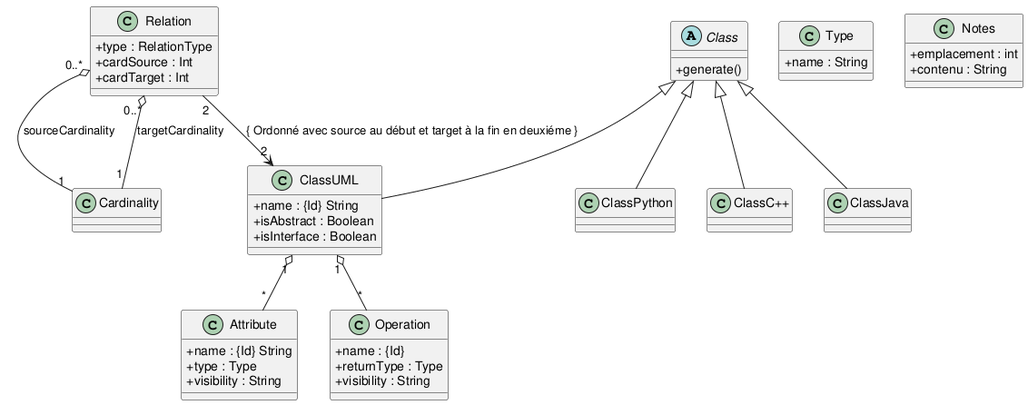
Before: doc/class_diag_uml2java.png, a diagram exported from PlantUML (RasdaCorentin/PlantUML2Code).
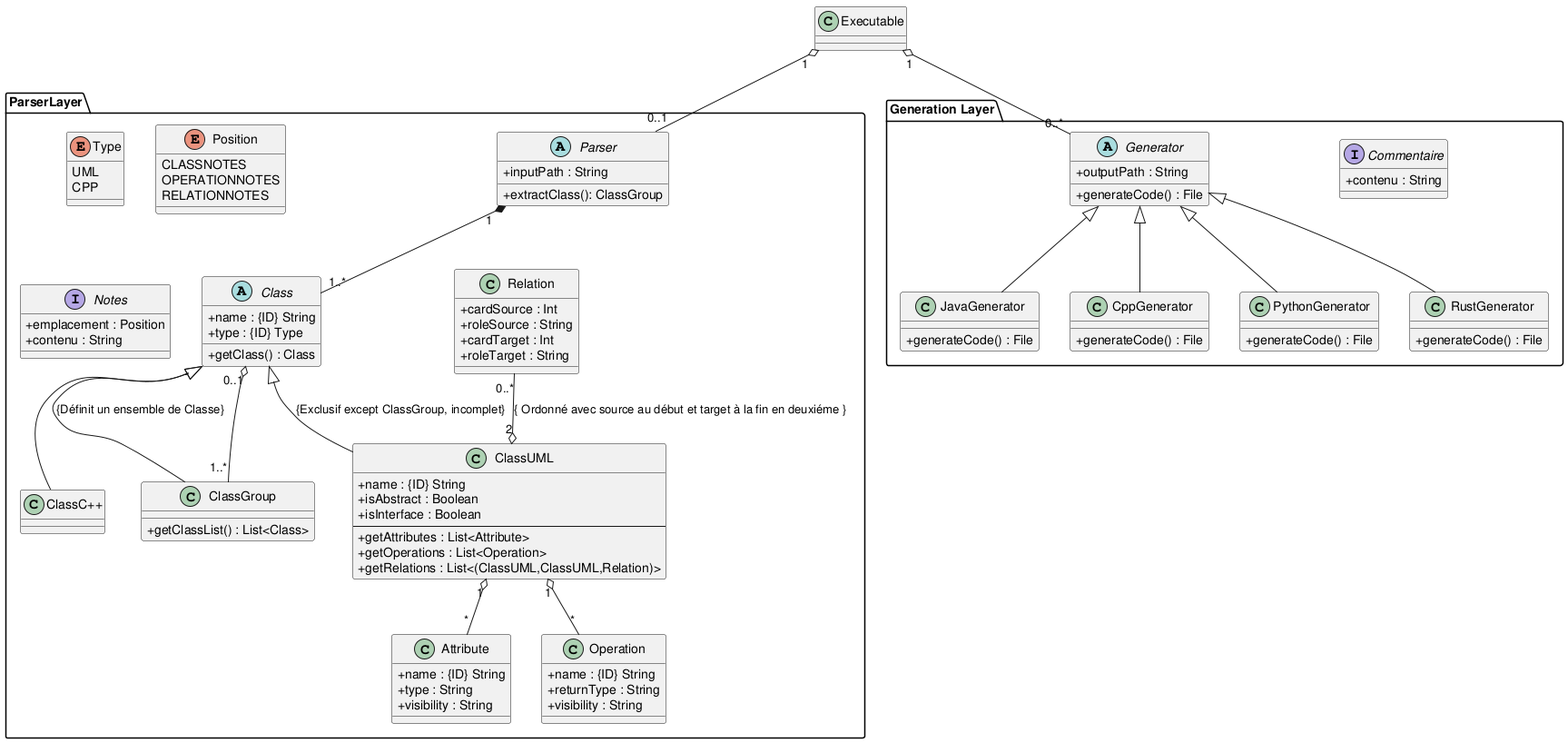
Above is the later version.

Commit message:
Ajout Generator

The edit, as a diff of the source:
```diff
@@ -1,61 +1,114 @@
 @startuml
 skinparam classAttributeIconSize 0
 
-class ClassUML {
-  +name : {Id} String
-  +isAbstract : Boolean
-  +isInterface : Boolean
+class Executable{}
+
+package ParserLayer{
+	abstract Parser{
+	  +inputPath : String
+	  +extractClass(): ClassGroup
+	}
+	abstract Class{
+	  +name : {ID} String
+	  +type : {ID} Type
+	  +getClass() : Class
+	}
+
+	class ClassUML {
+	  +name : {ID} String
+	  +isAbstract : Boolean
+	  +isInterface : Boolean
+	  ---
+	  +getAttributes : List<Attribute>
+	  +getOperations : List<Operation>
+	  +getRelations : List<(ClassUML,ClassUML,Relation)>
+	}
+
+
+	ClassUML "1" o-- "*" Attribute
+	ClassUML "1" o-- "*" Operation
+
+
+	class Attribute {
+	  +name : {ID} String
+	  +type : String
+	  +visibility : String
+	}
+
+
+	class Operation {
+	  +name : {ID} String
+	  +returnType : String
+	  +visibility : String
+	}
+
+	class Relation {
+	  +cardSource : Int
+	  +roleSource : String
+	  +cardTarget : Int
+	  +roleTarget : String
+	}
+	Relation "0..*"--o"2" ClassUML : "{ Ordonné avec source au début et target à la fin en deuxiéme }"
+
+	Class <|--  ClassUML : {Exclusif except ClassGroup, incomplet}
+	Class <|-- "ClassC++"
+	Class <|-- ClassGroup : {Définit un ensemble de Classe}
+
+	class ClassC++{}
+
+	Class "0..1" o-- "1..*" ClassGroup
+	class ClassGroup{
+	 +getClassList() : List<Class>
+	}
+	enum Type {
+	  UML
+   	  CPP
+	}
+	enum Position {
+	 CLASSNOTES
+	 OPERATIONNOTES
+	 RELATIONNOTES
+	}
+	interface Notes{
+	 +emplacement : Position
+	 +contenu : String
+	}
+	Parser "1" *-- "1..*" Class
+
+}
+package "Generation Layer" {
+    abstract class Generator {
+        +outputPath : String
+        +generateCode() : File
+    }
+
+    class JavaGenerator {
+        +generateCode() : File
+    }
+
+    class CppGenerator {
+        +generateCode() : File
+    }
+
+    class PythonGenerator {
+        +generateCode() : File
+    }
+
+    class RustGenerator {
+        +generateCode() : File
+    }
+    interface Commentaire{
+	+contenu : String
+    }
+
 }
 
 
-ClassUML "1" o-- "*" Attribute
-ClassUML "1" o-- "*" Operation
+Executable "1"  o-- "0..1" Parser
+Executable "1" o-- "0..*" Generator
 
-
-class Attribute {
-  +name : {Id} String
-  +type : Type
-  +visibility : String
-}
-
-
-class Operation {
-  +name : {Id}
-  +returnType : Type
-  +visibility : String
-}
-
-class Relation {
-  +type : RelationType
-  +cardSource : Int
-  +cardTarget : Int
-}
-
-Relation "2"--> "2" ClassUML : "{ Ordonné avec source au début et target à la fin en deuxiéme }"
-Relation "0..*" o-- "1" Cardinality : sourceCardinality
-Relation "0..*" o-- "1" Cardinality : targetCardinality
-
-abstract class Class {
-  + generate()
-}
-
-Class <|--  ClassUML
-Class <|-- "ClassC++"
-Class <|-- ClassJava
-Class <|-- ClassPython
-
-
-class ClassJava{}
-class ClassC++{}
-class ClassPython{}
-
-class Type {
-  +name : String
-}
-
-class Notes{
- +emplacement : int
- +contenu : String
-}
-
+Generator <|-- JavaGenerator
+Generator <|-- CppGenerator
+Generator <|-- PythonGenerator
+Generator <|-- RustGenerator
 @enduml
```
